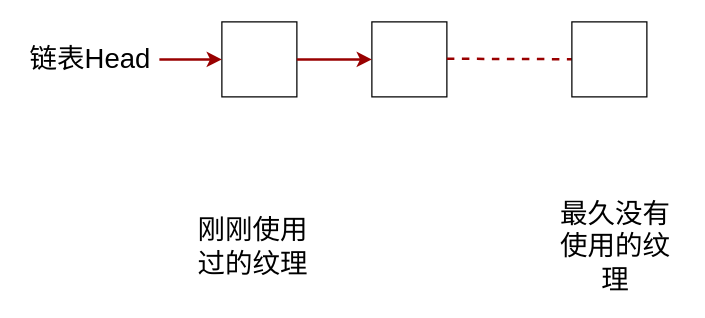
Before: link_mosaic.drawio in imzoer/imzoer.github.io, a draw.io diagram. Source tidied: cells renumbered, new cells numbered last; positions are measured from the earlier drawing's top-left corner, leaving out a move shared by most shapes. Both pictures are drawn from the tidied source at 125%, with x=0, y=0 at pixel (21, 21).
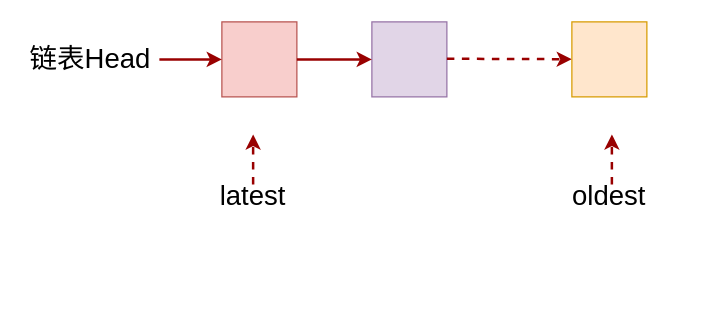
After the change.

Diff of the diagram source:
```diff
@@
 <mxGraphModel>
   <root>
     <mxCell id="0" />
     <mxCell id="1" parent="0" />
-    <mxCell id="2" style="whiteSpace=wrap;html=1;" parent="1" vertex="1">
+    <mxCell id="2" style="whiteSpace=wrap;html=1;fillColor=#f8cecc;strokeColor=#b85450;" parent="1" vertex="1">
       <mxGeometry x="160" width="60" height="60" as="geometry" />
     </mxCell>
-    <mxCell id="3" style="whiteSpace=wrap;html=1;" parent="1" vertex="1">
+    <mxCell id="3" style="whiteSpace=wrap;html=1;fillColor=#e1d5e7;strokeColor=#9673a6;" parent="1" vertex="1">
       <mxGeometry x="280" width="60" height="60" as="geometry" />
     </mxCell>
     <mxCell id="4" value="&lt;font style=&quot;font-size: 22px&quot;&gt;链表Head&lt;/font&gt;" style="text;html=1;strokeColor=none;fillColor=none;align=center;verticalAlign=middle;whiteSpace=wrap;rounded=0;" parent="1" vertex="1">
       <mxGeometry y="20" width="110" height="20" as="geometry" />
     </mxCell>
     <mxCell id="5" style="edgeStyle=none;comic=0;jettySize=auto;html=1;exitX=1;exitY=0.5;exitDx=0;exitDy=0;strokeColor=#990000;strokeWidth=2;fontColor=#000000;fontSize=14;entryX=0;entryY=0.5;entryDx=0;entryDy=0;" parent="1" edge="1" source="4" target="2">
       <mxGeometry relative="1" as="geometry" />
     </mxCell>
     <mxCell id="6" style="edgeStyle=none;comic=0;jettySize=auto;html=1;exitX=1;exitY=0.5;exitDx=0;exitDy=0;strokeColor=#990000;strokeWidth=2;fontColor=#000000;fontSize=14;" parent="1" edge="1" source="2" target="3">
       <mxGeometry relative="1" as="geometry" />
     </mxCell>
-    <mxCell id="7" style="endArrow=none;dashed=1;html=1;strokeColor=#990000;strokeWidth=2;" parent="1" edge="1" target="8">
+    <mxCell id="7" style="endArrow=classic;dashed=1;html=1;strokeColor=#990000;strokeWidth=2;rounded=0;endFill=1;" parent="1" edge="1" target="8">
       <mxGeometry relative="1" as="geometry">
         <mxPoint x="340" y="29.5" as="sourcePoint" />
       </mxGeometry>
     </mxCell>
-    <mxCell id="8" style="whiteSpace=wrap;html=1;" parent="1" vertex="1">
+    <mxCell id="8" style="whiteSpace=wrap;html=1;fillColor=#ffe6cc;strokeColor=#d79b00;" parent="1" vertex="1">
       <mxGeometry x="440" width="60" height="60" as="geometry" />
     </mxCell>
-    <mxCell id="9" value="&lt;font style=&quot;font-size: 22px&quot;&gt;刚刚使用过的纹理&lt;/font&gt;" style="text;html=1;strokeColor=none;fillColor=none;align=center;verticalAlign=middle;whiteSpace=wrap;rounded=0;" parent="1" vertex="1">
-      <mxGeometry x="130" y="170" width="110" height="20" as="geometry" />
+    <mxCell id="9" value="&lt;font style=&quot;font-size: 22px&quot;&gt;latest&lt;/font&gt;" style="text;html=1;strokeColor=none;fillColor=none;align=center;verticalAlign=middle;whiteSpace=wrap;rounded=0;" parent="1" vertex="1">
+      <mxGeometry x="130" y="130" width="110" height="20" as="geometry" />
     </mxCell>
-    <mxCell id="10" value="&lt;span style=&quot;font-size: 22px&quot;&gt;最久没有使用的纹理&lt;/span&gt;" style="text;html=1;strokeColor=none;fillColor=none;align=center;verticalAlign=middle;whiteSpace=wrap;rounded=0;" parent="1" vertex="1">
-      <mxGeometry x="420" y="170" width="110" height="20" as="geometry" />
+    <mxCell id="10" value="&lt;span style=&quot;font-size: 22px&quot;&gt;oldest&lt;/span&gt;" style="text;html=1;strokeColor=none;fillColor=none;align=center;verticalAlign=middle;whiteSpace=wrap;rounded=0;" parent="1" vertex="1">
+      <mxGeometry x="415" y="130" width="110" height="20" as="geometry" />
     </mxCell>
+    <mxCell id="11" style="edgeStyle=none;comic=0;jettySize=auto;html=1;exitX=0.5;exitY=0;exitDx=0;exitDy=0;strokeColor=#990000;strokeWidth=2;fontColor=#000000;fontSize=14;dashed=1;" parent="1" edge="1" source="9">
+      <mxGeometry relative="1" as="geometry">
+        <mxPoint x="185" y="90" as="targetPoint" />
+      </mxGeometry>
+    </mxCell>
+    <mxCell id="12" style="edgeStyle=none;comic=0;orthogonalLoop=1;jettySize=auto;html=1;exitX=0.5;exitY=0;exitDx=0;exitDy=0;strokeColor=#990000;strokeWidth=2;fontColor=#000000;fontSize=14;dashed=1;" parent="1" edge="1">
+      <mxGeometry relative="1" as="geometry">
+        <mxPoint x="472" y="130" as="sourcePoint" />
+        <mxPoint x="472" y="90" as="targetPoint" />
+      </mxGeometry>
+    </mxCell>
   </root>
 </mxGraphModel>
```
